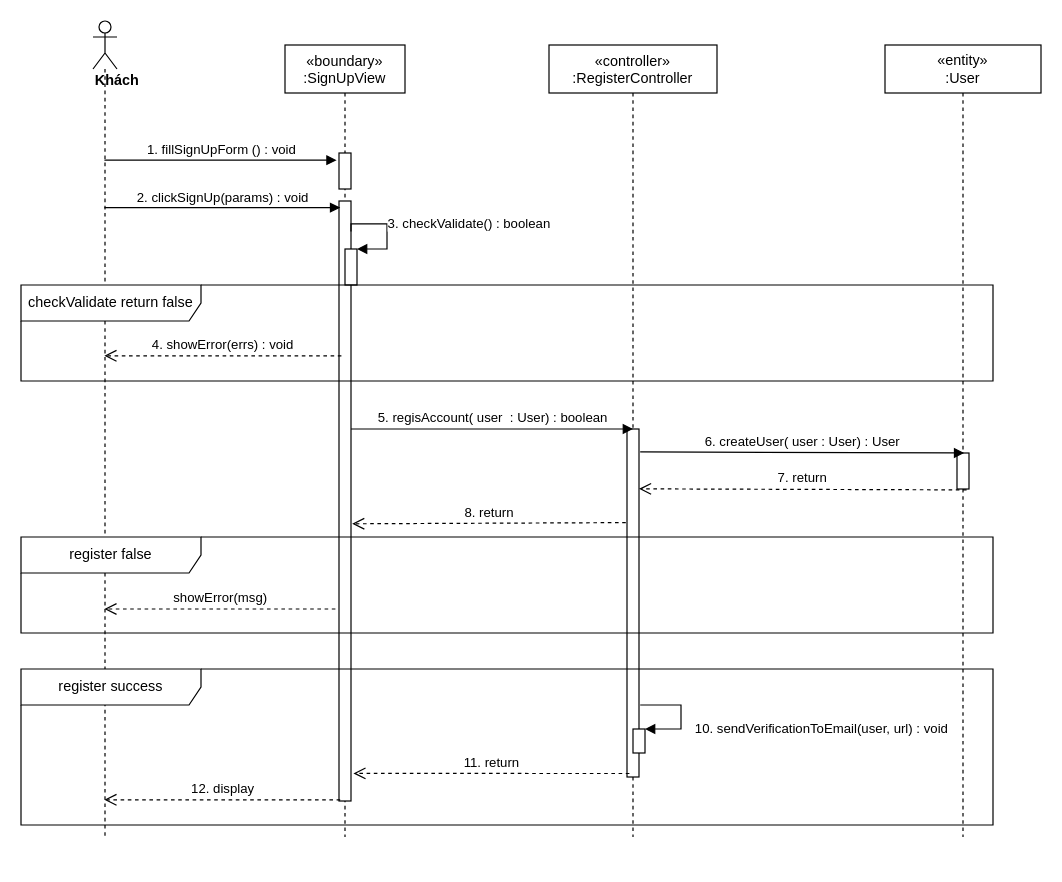
The draw.io diagram sequence diagram/register-sequence-diagram.drawio in nguyenphamvan/datn_20202, before the edit. Source tidied: cells renumbered, new cells numbered last; positions are measured from the earlier drawing's top-left corner, leaving out a move shared by most shapes. Both pictures are drawn from the tidied source at 120%, with x=0, y=0 at pixel (20, 20).
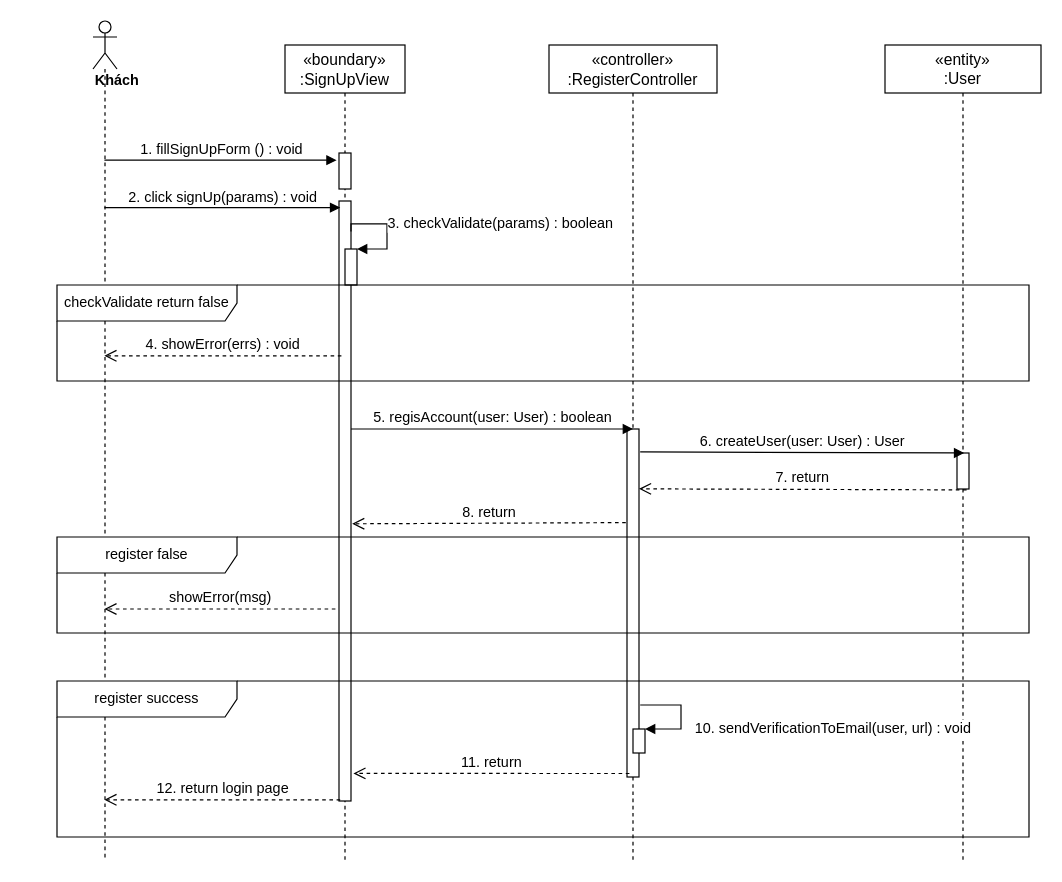
The same page after the edit.

The change refers to these unchanged cells:
```xml
<mxCell id="3" style="html=1;points=[];perimeter=orthogonalPerimeter;" parent="2" vertex="1">
  <mxGeometry x="45" y="130" width="10" height="500" as="geometry" />
</mxCell>
<mxCell id="5" style="points=[];perimeter=orthogonalPerimeter;rounded=0;shadow=0;strokeWidth=1;" parent="4" vertex="1">
  <mxGeometry x="65" y="320" width="10" height="290" as="geometry" />
</mxCell>
<mxCell id="11" style="points=[];perimeter=orthogonalPerimeter;rounded=0;shadow=0;strokeWidth=1;" parent="10" vertex="1">
  <mxGeometry x="60" y="340" width="10" height="30" as="geometry" />
</mxCell>
<mxCell id="14" style="html=1;points=[];perimeter=orthogonalPerimeter;" parent="1" vertex="1">
  <mxGeometry x="510" y="590" width="10" height="20" as="geometry" />
</mxCell>
<mxCell id="17" style="html=1;points=[];perimeter=orthogonalPerimeter;" parent="1" vertex="1">
  <mxGeometry x="270" y="190" width="10" height="30" as="geometry" />
</mxCell>
<mxCell id="19" style="html=1;points=[];perimeter=orthogonalPerimeter;" parent="1" vertex="1">
  <mxGeometry x="265" y="110" width="10" height="30" as="geometry" />
</mxCell>
```

The edit, as a diff of the source:
```diff
@@
-    <mxCell id="2" value="«boundary»&#10;:SignUpView" style="shape=umlLifeline;perimeter=lifelinePerimeter;rounded=0;shadow=0;strokeWidth=1;" parent="1" vertex="1">
-      <mxGeometry x="220" y="20" width="100" height="660" as="geometry" />
+    <mxCell id="2" value="«boundary»&#10;:SignUpView" style="shape=umlLifeline;perimeter=lifelinePerimeter;rounded=0;shadow=0;strokeWidth=1;fontSize=13;" parent="1" vertex="1">
+      <mxGeometry x="220" y="20" width="100" height="680" as="geometry" />
     </mxCell>
@@
-    <mxCell id="4" value="«controller»&#10;:RegisterController" style="shape=umlLifeline;perimeter=lifelinePerimeter;rounded=0;shadow=0;strokeWidth=1;" parent="1" vertex="1">
-      <mxGeometry x="440" y="20" width="140" height="660" as="geometry" />
+    <mxCell id="4" value="«controller»&#10;:RegisterController" style="shape=umlLifeline;perimeter=lifelinePerimeter;rounded=0;shadow=0;strokeWidth=1;fontSize=13;" parent="1" vertex="1">
+      <mxGeometry x="440" y="20" width="140" height="680" as="geometry" />
     </mxCell>
@@
     <mxCell id="6" value="&lt;div&gt;&lt;b&gt;Khách&lt;/b&gt;&lt;/div&gt;" style="shape=umlLifeline;participant=umlActor;perimeter=lifelinePerimeter;whiteSpace=wrap;html=1;verticalAlign=top;spacingTop=36;outlineConnect=0;align=left;" parent="1" vertex="1">
-      <mxGeometry x="60" width="20" height="680" as="geometry" />
+      <mxGeometry x="60" width="20" height="700" as="geometry" />
     </mxCell>
-    <mxCell id="7" value="1. fillSignUpForm () : void" style="html=1;verticalAlign=bottom;endArrow=block;entryX=-0.2;entryY=0.2;entryDx=0;entryDy=0;entryPerimeter=0;" parent="1" edge="1" source="6" target="19">
+    <mxCell id="7" value="&lt;font style=&quot;font-size: 12px&quot;&gt;1. fillSignUpForm () : void&lt;/font&gt;" style="html=1;verticalAlign=bottom;endArrow=block;entryX=-0.2;entryY=0.2;entryDx=0;entryDy=0;entryPerimeter=0;" parent="1" edge="1" source="6" target="19">
       <mxGeometry relative="1" as="geometry" />
     </mxCell>
-    <mxCell id="8" value="2. clickSignUp(params) : void" style="html=1;verticalAlign=bottom;endArrow=block;entryX=0.1;entryY=0.011;entryDx=0;entryDy=0;entryPerimeter=0;" parent="1" edge="1" source="6" target="3">
+    <mxCell id="8" value="&lt;font style=&quot;font-size: 12px&quot;&gt;2. click signUp(params) : void&lt;/font&gt;" style="html=1;verticalAlign=bottom;endArrow=block;entryX=0.1;entryY=0.011;entryDx=0;entryDy=0;entryPerimeter=0;" parent="1" edge="1" source="6" target="3">
       <mxGeometry relative="1" as="geometry" />
     </mxCell>
-    <mxCell id="9" value="5. regisAccount( user&amp;nbsp; : User) : boolean" style="html=1;verticalAlign=bottom;endArrow=block;entryX=0.5;entryY=0;entryDx=0;entryDy=0;entryPerimeter=0;startArrow=none;" parent="1" edge="1" target="5">
+    <mxCell id="9" value="&lt;font style=&quot;font-size: 12px&quot;&gt;5. regisAccount(user: User) : boolean&lt;/font&gt;" style="html=1;verticalAlign=bottom;endArrow=block;entryX=0.5;entryY=0;entryDx=0;entryDy=0;entryPerimeter=0;startArrow=none;" parent="1" edge="1" target="5">
       <mxGeometry relative="1" as="geometry">
         <mxPoint x="275" y="340" as="sourcePoint" />
       </mxGeometry>
     </mxCell>
-    <mxCell id="10" value="&lt;span&gt;«entity»&lt;br&gt;&lt;/span&gt;:User" style="shape=umlLifeline;perimeter=lifelinePerimeter;whiteSpace=wrap;html=1;" parent="1" vertex="1">
-      <mxGeometry x="720" y="20" width="130" height="660" as="geometry" />
+    <mxCell id="10" value="&lt;font style=&quot;font-size: 13px&quot;&gt;&lt;span&gt;«entity»&lt;br&gt;&lt;/span&gt;:User&lt;/font&gt;" style="shape=umlLifeline;perimeter=lifelinePerimeter;whiteSpace=wrap;html=1;" parent="1" vertex="1">
+      <mxGeometry x="720" y="20" width="130" height="680" as="geometry" />
     </mxCell>
@@
-    <mxCell id="12" value="6. createUser( user : User) : User" style="html=1;verticalAlign=bottom;endArrow=block;entryX=0.6;entryY=0;entryDx=0;entryDy=0;entryPerimeter=0;exitX=1.1;exitY=0.066;exitDx=0;exitDy=0;exitPerimeter=0;" parent="1" edge="1" source="5" target="11">
+    <mxCell id="12" value="&lt;font style=&quot;font-size: 12px&quot;&gt;6. createUser(user: User) : User&lt;/font&gt;" style="html=1;verticalAlign=bottom;endArrow=block;entryX=0.6;entryY=0;entryDx=0;entryDy=0;entryPerimeter=0;exitX=1.1;exitY=0.066;exitDx=0;exitDy=0;exitPerimeter=0;" parent="1" edge="1" source="5" target="11">
       <mxGeometry relative="1" as="geometry" />
     </mxCell>
-    <mxCell id="13" value="7. return" style="html=1;verticalAlign=bottom;endArrow=open;dashed=1;endSize=8;exitX=0.8;exitY=1.025;exitDx=0;exitDy=0;exitPerimeter=0;entryX=1;entryY=0.172;entryDx=0;entryDy=0;entryPerimeter=0;" parent="1" edge="1" source="11" target="5">
+    <mxCell id="13" value="&lt;font style=&quot;font-size: 12px&quot;&gt;7. return&lt;/font&gt;" style="html=1;verticalAlign=bottom;endArrow=open;dashed=1;endSize=8;exitX=0.8;exitY=1.025;exitDx=0;exitDy=0;exitPerimeter=0;entryX=1;entryY=0.172;entryDx=0;entryDy=0;entryPerimeter=0;" parent="1" edge="1" source="11" target="5">
       <mxGeometry relative="1" as="geometry" />
     </mxCell>
@@
-    <mxCell id="15" value="10. sendVerificationToEmail(user, url) : void" style="edgeStyle=orthogonalEdgeStyle;html=1;align=left;spacingLeft=2;endArrow=block;rounded=0;entryX=1;entryY=0;" parent="1" edge="1" target="14">
+    <mxCell id="15" value="&lt;font style=&quot;font-size: 12px&quot;&gt;10. sendVerificationToEmail(user, url) : void&lt;/font&gt;" style="edgeStyle=orthogonalEdgeStyle;html=1;align=left;spacingLeft=2;endArrow=block;rounded=0;entryX=1;entryY=0;" parent="1" edge="1" target="14">
       <mxGeometry x="0.37" y="-10" relative="1" as="geometry">
         <mxPoint x="520" y="570" as="sourcePoint" />
         <Array as="points">
           <mxPoint x="516" y="570" />
           <mxPoint x="550" y="570" />
           <mxPoint x="550" y="590" />
         </Array>
         <mxPoint x="10" y="10" as="offset" />
       </mxGeometry>
     </mxCell>
-    <mxCell id="16" value="4. showError(errs) : void" style="html=1;verticalAlign=bottom;endArrow=open;dashed=1;endSize=8;exitX=0.2;exitY=0.258;exitDx=0;exitDy=0;exitPerimeter=0;" parent="1" edge="1" source="3" target="6">
+    <mxCell id="16" value="&lt;font style=&quot;font-size: 12px&quot;&gt;4. showError(errs) : void&lt;/font&gt;" style="html=1;verticalAlign=bottom;endArrow=open;dashed=1;endSize=8;exitX=0.2;exitY=0.258;exitDx=0;exitDy=0;exitPerimeter=0;" parent="1" edge="1" source="3" target="6">
       <mxGeometry relative="1" as="geometry" />
     </mxCell>
@@
-    <mxCell id="18" value="3. checkValidate() : boolean" style="edgeStyle=orthogonalEdgeStyle;html=1;align=left;spacingLeft=2;endArrow=block;rounded=0;entryX=1;entryY=0;exitX=1;exitY=0.051;exitDx=0;exitDy=0;exitPerimeter=0;" parent="1" edge="1" source="3" target="17">
+    <mxCell id="18" value="&lt;font style=&quot;font-size: 12px&quot;&gt;3. checkValidate(params) : boolean&lt;/font&gt;" style="edgeStyle=orthogonalEdgeStyle;html=1;align=left;spacingLeft=2;endArrow=block;rounded=0;entryX=1;entryY=0;exitX=1;exitY=0.051;exitDx=0;exitDy=0;exitPerimeter=0;" parent="1" edge="1" source="3" target="17">
       <mxGeometry x="-0.2" relative="1" as="geometry">
         <Array as="points">
           <mxPoint x="305" y="169" />
           <mxPoint x="305" y="190" />
         </Array>
       </mxGeometry>
     </mxCell>
@@
     <mxCell id="20" value="checkValidate return false" style="shape=umlFrame;whiteSpace=wrap;html=1;width=150;height=30;" parent="1" vertex="1">
-      <mxGeometry y="220" width="810" height="80" as="geometry" />
+      <mxGeometry x="30" y="220" width="810" height="80" as="geometry" />
     </mxCell>
     <mxCell id="21" value="register false" style="shape=umlFrame;whiteSpace=wrap;html=1;width=150;height=30;" parent="1" vertex="1">
-      <mxGeometry y="430" width="810" height="80" as="geometry" />
+      <mxGeometry x="30" y="430" width="810" height="80" as="geometry" />
     </mxCell>
-    <mxCell id="22" value="showError(msg)" style="html=1;verticalAlign=bottom;endArrow=open;dashed=1;endSize=8;exitX=-0.3;exitY=0.68;exitDx=0;exitDy=0;exitPerimeter=0;" parent="1" edge="1" source="3" target="6">
+    <mxCell id="22" value="&lt;font style=&quot;font-size: 12px&quot;&gt;showError(msg)&lt;/font&gt;" style="html=1;verticalAlign=bottom;endArrow=open;dashed=1;endSize=8;exitX=-0.3;exitY=0.68;exitDx=0;exitDy=0;exitPerimeter=0;" parent="1" edge="1" source="3" target="6">
       <mxGeometry relative="1" as="geometry" />
     </mxCell>
-    <mxCell id="23" value="8. return" style="html=1;verticalAlign=bottom;endArrow=open;dashed=1;endSize=8;entryX=1.1;entryY=0.538;entryDx=0;entryDy=0;entryPerimeter=0;exitX=-0.1;exitY=0.269;exitDx=0;exitDy=0;exitPerimeter=0;" parent="1" edge="1" source="5" target="3">
+    <mxCell id="23" value="&lt;font style=&quot;font-size: 12px&quot;&gt;8. return&lt;/font&gt;" style="html=1;verticalAlign=bottom;endArrow=open;dashed=1;endSize=8;entryX=1.1;entryY=0.538;entryDx=0;entryDy=0;entryPerimeter=0;exitX=-0.1;exitY=0.269;exitDx=0;exitDy=0;exitPerimeter=0;" parent="1" edge="1" source="5" target="3">
       <mxGeometry relative="1" as="geometry" />
     </mxCell>
     <mxCell id="24" value="register success" style="shape=umlFrame;whiteSpace=wrap;html=1;width=150;height=30;" parent="1" vertex="1">
-      <mxGeometry y="540" width="810" height="130" as="geometry" />
+      <mxGeometry x="30" y="550" width="810" height="130" as="geometry" />
     </mxCell>
-    <mxCell id="25" value="11. return" style="html=1;verticalAlign=bottom;endArrow=open;dashed=1;endSize=8;entryX=1.2;entryY=0.954;entryDx=0;entryDy=0;entryPerimeter=0;exitX=0.2;exitY=0.99;exitDx=0;exitDy=0;exitPerimeter=0;" parent="1" edge="1" source="5" target="3">
+    <mxCell id="25" value="&lt;font style=&quot;font-size: 12px&quot;&gt;11. return&lt;/font&gt;" style="html=1;verticalAlign=bottom;endArrow=open;dashed=1;endSize=8;entryX=1.2;entryY=0.954;entryDx=0;entryDy=0;entryPerimeter=0;exitX=0.2;exitY=0.99;exitDx=0;exitDy=0;exitPerimeter=0;" parent="1" edge="1" source="5" target="3">
       <mxGeometry relative="1" as="geometry" />
     </mxCell>
-    <mxCell id="26" value="12. display" style="html=1;verticalAlign=bottom;endArrow=open;dashed=1;endSize=8;exitX=0.1;exitY=0.998;exitDx=0;exitDy=0;exitPerimeter=0;" parent="1" edge="1" source="3" target="6">
+    <mxCell id="26" value="&lt;font style=&quot;font-size: 12px&quot;&gt;12. return login page&lt;/font&gt;" style="html=1;verticalAlign=bottom;endArrow=open;dashed=1;endSize=8;exitX=0.1;exitY=0.998;exitDx=0;exitDy=0;exitPerimeter=0;" parent="1" edge="1" source="3" target="6">
       <mxGeometry relative="1" as="geometry" />
     </mxCell>
```
